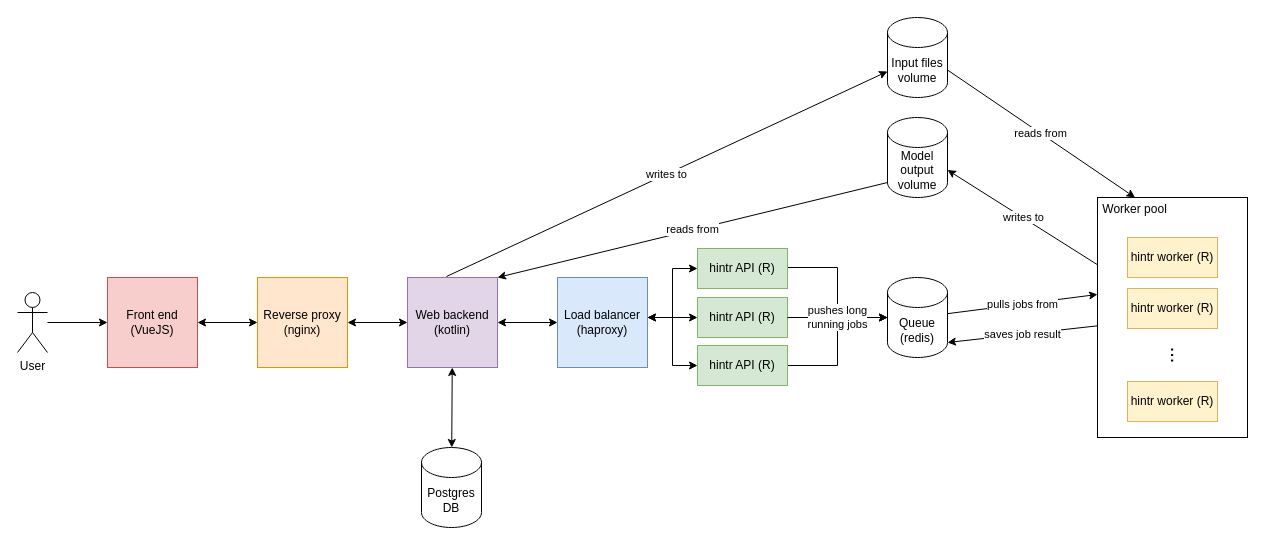
Before: images/architecture.drawio in hivtools/hint-deploy, a draw.io diagram. Source tidied: cells renumbered, new cells numbered last; positions are measured from the earlier drawing's top-left corner, leaving out a move shared by most shapes. Both pictures are drawn from the tidied source at 100%, with x=0, y=0 at pixel (17, 17).
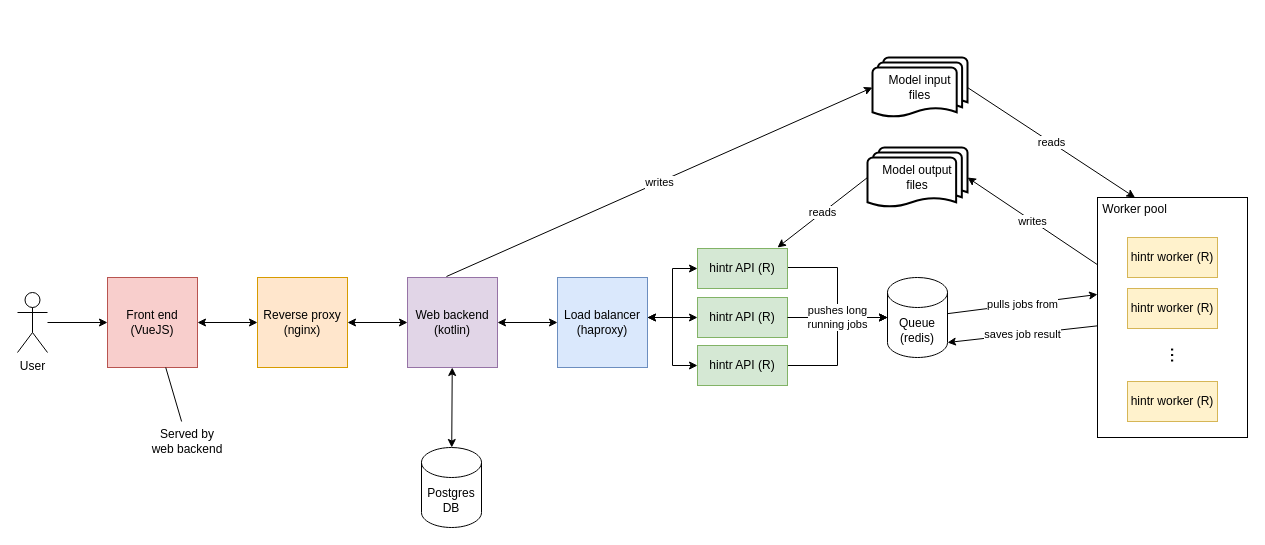
After the change.

Commit message (it also covers changes not shown here):
Update image to make type of storage more obvious

The change refers to these unchanged cells:
```xml
<mxCell id="10" value="Web backend (kotlin)" style="whiteSpace=wrap;html=1;fillColor=#e1d5e7;strokeColor=#9673a6;" parent="1" vertex="1">
  <mxGeometry x="390" y="260" width="90" height="90" as="geometry" />
</mxCell>
<mxCell id="25" value="&lt;div style=&quot;text-align: center;&quot;&gt;&lt;span style=&quot;background-color: initial;&quot;&gt;&amp;nbsp;Worker pool&lt;/span&gt;&lt;/div&gt;&lt;div style=&quot;text-align: center;&quot;&gt;&lt;span style=&quot;background-color: initial;&quot;&gt;&lt;br&gt;&lt;/span&gt;&lt;/div&gt;&lt;div style=&quot;text-align: center;&quot;&gt;&lt;span style=&quot;background-color: initial;&quot;&gt;&lt;br&gt;&lt;/span&gt;&lt;/div&gt;&lt;div style=&quot;text-align: center;&quot;&gt;&lt;span style=&quot;background-color: initial;&quot;&gt;&lt;br&gt;&lt;/span&gt;&lt;/div&gt;&lt;div style=&quot;text-align: center;&quot;&gt;&lt;span style=&quot;background-color: initial;&quot;&gt;&lt;br&gt;&lt;/span&gt;&lt;/div&gt;&lt;div style=&quot;text-align: center;&quot;&gt;&lt;span style=&quot;background-color: initial;&quot;&gt;&lt;br&gt;&lt;/span&gt;&lt;/div&gt;&lt;div style=&quot;text-align: center;&quot;&gt;&lt;span style=&quot;background-color: initial;&quot;&gt;&lt;br&gt;&lt;/span&gt;&lt;/div&gt;&lt;div style=&quot;text-align: center;&quot;&gt;&lt;span style=&quot;background-color: initial;&quot;&gt;&lt;br&gt;&lt;/span&gt;&lt;/div&gt;&lt;div style=&quot;text-align: center;&quot;&gt;&lt;span style=&quot;background-color: initial;&quot;&gt;&lt;br&gt;&lt;/span&gt;&lt;/div&gt;&lt;div style=&quot;text-align: center;&quot;&gt;&lt;span style=&quot;background-color: initial;&quot;&gt;&lt;br&gt;&lt;/span&gt;&lt;/div&gt;&lt;div style=&quot;text-align: center;&quot;&gt;&lt;span style=&quot;background-color: initial;&quot;&gt;&lt;br&gt;&lt;/span&gt;&lt;/div&gt;&lt;div style=&quot;text-align: center;&quot;&gt;&lt;span style=&quot;background-color: initial;&quot;&gt;&lt;br&gt;&lt;/span&gt;&lt;/div&gt;&lt;div style=&quot;text-align: center;&quot;&gt;&lt;span style=&quot;background-color: initial;&quot;&gt;&lt;br&gt;&lt;/span&gt;&lt;/div&gt;&lt;div style=&quot;text-align: center;&quot;&gt;&lt;span style=&quot;background-color: initial;&quot;&gt;&lt;br&gt;&lt;/span&gt;&lt;/div&gt;&lt;div style=&quot;text-align: center;&quot;&gt;&lt;span style=&quot;background-color: initial;&quot;&gt;&lt;br&gt;&lt;/span&gt;&lt;/div&gt;&lt;div style=&quot;text-align: center;&quot;&gt;&lt;span style=&quot;background-color: initial;&quot;&gt;&lt;br&gt;&lt;/span&gt;&lt;/div&gt;" style="rounded=0;whiteSpace=wrap;html=1;align=left;" parent="1" vertex="1">
  <mxGeometry x="1080" y="180" width="150" height="240" as="geometry" />
</mxCell>
<mxCell id="31" value="Front end&lt;br&gt;(VueJS)" style="whiteSpace=wrap;html=1;fillColor=#f8cecc;strokeColor=#b85450;" parent="1" vertex="1">
  <mxGeometry x="90" y="260" width="90" height="90" as="geometry" />
</mxCell>
```

The edit, as a diff of the source:
```diff
@@
-    <mxCell id="7" value="writes to" style="rounded=0;jettySize=auto;html=1;exitX=0.433;exitY=-0.011;exitDx=0;exitDy=0;exitPerimeter=0;" parent="1" edge="1" source="10" target="12">
+    <mxCell id="7" value="writes" style="rounded=0;jettySize=auto;html=1;exitX=0.433;exitY=-0.011;exitDx=0;exitDy=0;exitPerimeter=0;entryX=0;entryY=0.5;entryDx=0;entryDy=0;entryPerimeter=0;" parent="1" edge="1" source="10" target="38">
       <mxGeometry relative="1" as="geometry" />
     </mxCell>
@@
-    <mxCell id="12" value="Input files volume" style="shape=cylinder3;whiteSpace=wrap;html=1;boundedLbl=1;backgroundOutline=1;size=15;" parent="1" vertex="1">
-      <mxGeometry x="870" width="60" height="80" as="geometry" />
-    </mxCell>
-    <mxCell id="13" value="reads from" style="rounded=0;jettySize=auto;html=1;entryX=0.25;entryY=0;entryDx=0;entryDy=0;exitX=1;exitY=0;exitDx=0;exitDy=52.5;exitPerimeter=0;" parent="1" edge="1" source="12" target="25">
+    <mxCell id="13" value="reads" style="rounded=0;jettySize=auto;html=1;entryX=0.25;entryY=0;entryDx=0;entryDy=0;exitX=1;exitY=0.5;exitDx=0;exitDy=0;exitPerimeter=0;" parent="1" edge="1" source="38" target="25">
       <mxGeometry relative="1" as="geometry" />
     </mxCell>
-    <mxCell id="14" value="Model output volume" style="shape=cylinder3;whiteSpace=wrap;html=1;boundedLbl=1;backgroundOutline=1;size=15;" parent="1" vertex="1">
-      <mxGeometry x="870" y="100" width="60" height="80" as="geometry" />
-    </mxCell>
-    <mxCell id="15" value="reads from" style="rounded=0;jettySize=auto;html=1;entryX=0;entryY=1;entryDx=0;entryDy=-15;entryPerimeter=0;exitX=1;exitY=0;exitDx=0;exitDy=0;endArrow=none;endFill=0;startArrow=classic;startFill=1;" parent="1" edge="1" source="10" target="14">
-      <mxGeometry relative="1" as="geometry" />
-    </mxCell>
@@
-    <mxCell id="24" value="writes to" style="rounded=0;jettySize=auto;html=1;entryX=1;entryY=0;entryDx=0;entryDy=52.5;entryPerimeter=0;exitX=0.007;exitY=0.283;exitDx=0;exitDy=0;exitPerimeter=0;" parent="1" edge="1" source="25" target="14">
+    <mxCell id="24" value="writes" style="rounded=0;jettySize=auto;html=1;entryX=1;entryY=0.5;entryDx=0;entryDy=0;entryPerimeter=0;exitX=0.007;exitY=0.283;exitDx=0;exitDy=0;exitPerimeter=0;" parent="1" edge="1" source="25" target="37">
       <mxGeometry relative="1" as="geometry" />
     </mxCell>
@@
+    <mxCell id="36" value="reads" style="rounded=0;jettySize=auto;html=1;entryX=0;entryY=0.5;entryDx=0;entryDy=0;entryPerimeter=0;endArrow=none;endFill=0;startArrow=classic;startFill=1;" parent="1" edge="1" target="37">
+      <mxGeometry relative="1" as="geometry">
+        <mxPoint x="760" y="230" as="sourcePoint" />
+      </mxGeometry>
+    </mxCell>
+    <mxCell id="37" value="Model output&lt;br&gt;files" style="strokeWidth=2;html=1;shape=mxgraph.flowchart.multi-document;whiteSpace=wrap;" parent="1" vertex="1">
+      <mxGeometry x="850" y="130" width="100" height="60" as="geometry" />
+    </mxCell>
+    <mxCell id="38" value="Model input&lt;br&gt;files" style="strokeWidth=2;html=1;shape=mxgraph.flowchart.multi-document;whiteSpace=wrap;" parent="1" vertex="1">
+      <mxGeometry x="855" y="40" width="95" height="60" as="geometry" />
+    </mxCell>
+    <mxCell id="39" style="rounded=0;jettySize=auto;html=1;endArrow=none;endFill=0;" parent="1" edge="1" source="40" target="31">
+      <mxGeometry relative="1" as="geometry" />
+    </mxCell>
+    <mxCell id="40" value="Served by web backend" style="text;html=1;align=center;verticalAlign=middle;whiteSpace=wrap;rounded=0;" parent="1" vertex="1">
+      <mxGeometry x="130" y="404" width="80" height="40" as="geometry" />
+    </mxCell>
```
